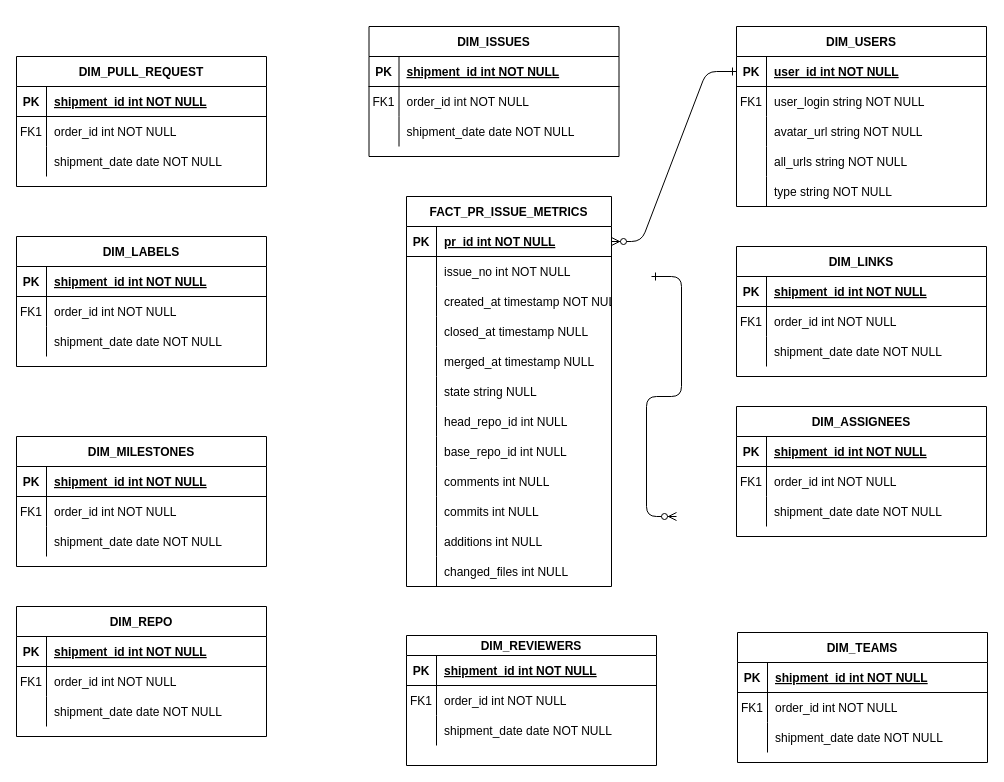
The draw.io diagram GitHub_DataModel.drawio in Britto-Sathya/GitHubDataProject, before the edit. Source tidied: cells renumbered, new cells numbered last; positions are measured from the earlier drawing's top-left corner, leaving out a move shared by most shapes. Both pictures are drawn from the tidied source at 100%, with x=0, y=0 at pixel (16, 26).
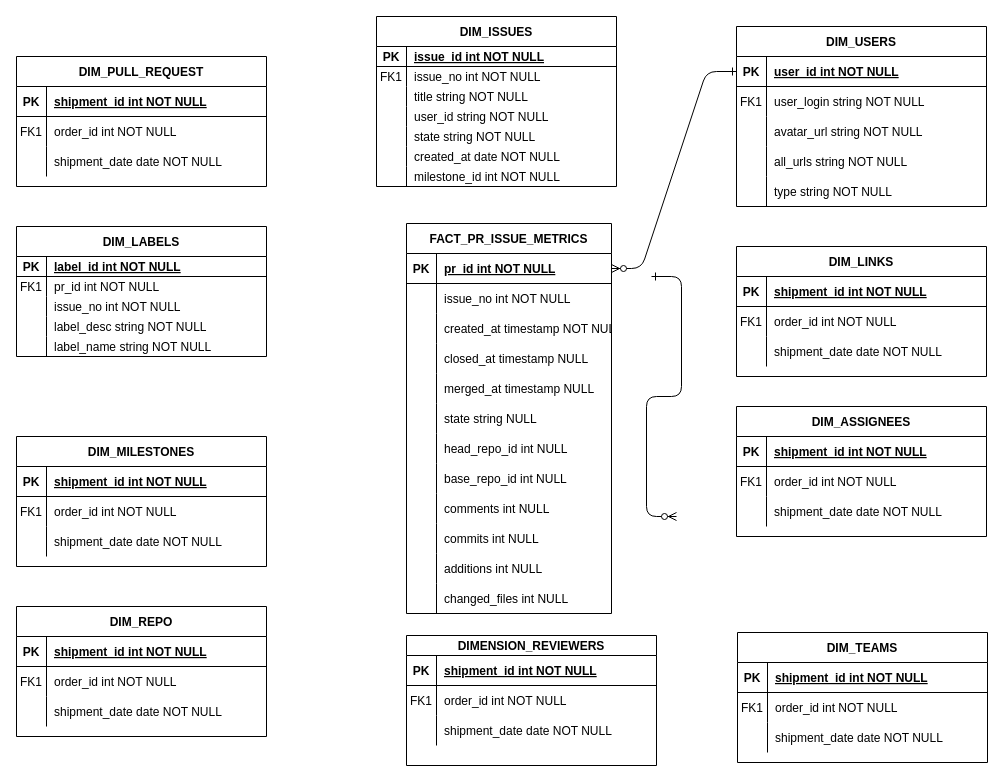
Above is the later version.

Diff of the diagram source:
```diff
@@
-    <mxCell id="20" value="DIM_LABELS" style="shape=table;startSize=30;childLayout=tableLayout;rowLines=0;fontStyle=1;align=center;" parent="1" vertex="1">
-      <mxGeometry y="210" width="250" height="130" as="geometry" />
-    </mxCell>
-    <mxCell id="21" style="shape=partialRectangle;fillColor=none;top=0;left=0;right=0;bottom=1;" parent="20" vertex="1">
-      <mxGeometry y="30" width="250" height="30" as="geometry" />
-    </mxCell>
-    <mxCell id="22" value="PK" style="shape=partialRectangle;overflow=hidden;fillColor=none;top=0;left=0;bottom=0;right=0;fontStyle=1;" parent="21" vertex="1">
-      <mxGeometry width="30" height="30" as="geometry" />
-    </mxCell>
-    <mxCell id="23" value="shipment_id int NOT NULL " style="shape=partialRectangle;overflow=hidden;fillColor=none;top=0;left=0;bottom=0;right=0;align=left;spacingLeft=6;fontStyle=5;" parent="21" vertex="1">
-      <mxGeometry x="30" width="220" height="30" as="geometry" />
-    </mxCell>
-    <mxCell id="24" style="shape=partialRectangle;fillColor=none;top=0;left=0;right=0;bottom=0;" parent="20" vertex="1">
-      <mxGeometry y="60" width="250" height="30" as="geometry" />
-    </mxCell>
-    <mxCell id="25" value="FK1" style="shape=partialRectangle;overflow=hidden;fillColor=none;top=0;left=0;bottom=0;right=0;" parent="24" vertex="1">
-      <mxGeometry width="30" height="30" as="geometry" />
-    </mxCell>
-    <mxCell id="26" value="order_id int NOT NULL" style="shape=partialRectangle;overflow=hidden;fillColor=none;top=0;left=0;bottom=0;right=0;align=left;spacingLeft=6;" parent="24" vertex="1">
-      <mxGeometry x="30" width="220" height="30" as="geometry" />
-    </mxCell>
-    <mxCell id="27" style="shape=partialRectangle;fillColor=none;top=0;left=0;right=0;bottom=0;" parent="20" vertex="1">
-      <mxGeometry y="90" width="250" height="30" as="geometry" />
-    </mxCell>
-    <mxCell id="28" style="shape=partialRectangle;overflow=hidden;fillColor=none;top=0;left=0;bottom=0;right=0;" parent="27" vertex="1">
-      <mxGeometry width="30" height="30" as="geometry" />
-    </mxCell>
-    <mxCell id="29" value="shipment_date date NOT NULL" style="shape=partialRectangle;overflow=hidden;fillColor=none;top=0;left=0;bottom=0;right=0;align=left;spacingLeft=6;" parent="27" vertex="1">
-      <mxGeometry x="30" width="220" height="30" as="geometry" />
-    </mxCell>
@@
-    <mxCell id="70" value="DIM_REVIEWERS" style="shape=table;startSize=20;childLayout=tableLayout;rowLines=0;fontStyle=1;align=center;" parent="1" vertex="1">
+    <mxCell id="70" value="DIMENSION_REVIEWERS" style="shape=table;startSize=20;childLayout=tableLayout;rowLines=0;fontStyle=1;align=center;" parent="1" vertex="1">
       <mxGeometry x="390" y="609" width="250" height="130" as="geometry" />
     </mxCell>
@@
     <mxCell id="100" value="DIM_ISSUES" style="shape=table;startSize=30;childLayout=tableLayout;rowLines=0;fontStyle=1;align=center;" parent="1" vertex="1">
-      <mxGeometry x="352.5" width="250" height="130" as="geometry" />
+      <mxGeometry x="360" y="-10" width="240" height="170" as="geometry" />
     </mxCell>
     <mxCell id="101" style="shape=partialRectangle;fillColor=none;top=0;left=0;right=0;bottom=1;" parent="100" vertex="1">
-      <mxGeometry y="30" width="250" height="30" as="geometry" />
+      <mxGeometry y="30" width="240" height="20" as="geometry" />
     </mxCell>
     <mxCell id="102" value="PK" style="shape=partialRectangle;overflow=hidden;fillColor=none;top=0;left=0;bottom=0;right=0;fontStyle=1;" parent="101" vertex="1">
-      <mxGeometry width="30" height="30" as="geometry" />
+      <mxGeometry width="30" height="20" as="geometry" />
     </mxCell>
-    <mxCell id="103" value="shipment_id int NOT NULL " style="shape=partialRectangle;overflow=hidden;fillColor=none;top=0;left=0;bottom=0;right=0;align=left;spacingLeft=6;fontStyle=5;" parent="101" vertex="1">
-      <mxGeometry x="30" width="220" height="30" as="geometry" />
+    <mxCell id="103" value="issue_id int NOT NULL " style="shape=partialRectangle;overflow=hidden;fillColor=none;top=0;left=0;bottom=0;right=0;align=left;spacingLeft=6;fontStyle=5;" parent="101" vertex="1">
+      <mxGeometry x="30" width="210" height="20" as="geometry" />
     </mxCell>
     <mxCell id="104" style="shape=partialRectangle;fillColor=none;top=0;left=0;right=0;bottom=0;" parent="100" vertex="1">
-      <mxGeometry y="60" width="250" height="30" as="geometry" />
+      <mxGeometry y="50" width="240" height="20" as="geometry" />
     </mxCell>
     <mxCell id="105" value="FK1" style="shape=partialRectangle;overflow=hidden;fillColor=none;top=0;left=0;bottom=0;right=0;" parent="104" vertex="1">
-      <mxGeometry width="30" height="30" as="geometry" />
+      <mxGeometry width="30" height="20" as="geometry" />
     </mxCell>
-    <mxCell id="106" value="order_id int NOT NULL" style="shape=partialRectangle;overflow=hidden;fillColor=none;top=0;left=0;bottom=0;right=0;align=left;spacingLeft=6;" parent="104" vertex="1">
-      <mxGeometry x="30" width="220" height="30" as="geometry" />
+    <mxCell id="106" value="issue_no int NOT NULL" style="shape=partialRectangle;overflow=hidden;fillColor=none;top=0;left=0;bottom=0;right=0;align=left;spacingLeft=6;" parent="104" vertex="1">
+      <mxGeometry x="30" width="210" height="20" as="geometry" />
     </mxCell>
     <mxCell id="107" style="shape=partialRectangle;fillColor=none;top=0;left=0;right=0;bottom=0;" parent="100" vertex="1">
-      <mxGeometry y="90" width="250" height="30" as="geometry" />
+      <mxGeometry y="70" width="240" height="20" as="geometry" />
     </mxCell>
     <mxCell id="108" style="shape=partialRectangle;overflow=hidden;fillColor=none;top=0;left=0;bottom=0;right=0;" parent="107" vertex="1">
-      <mxGeometry width="30" height="30" as="geometry" />
+      <mxGeometry width="30" height="20" as="geometry" />
     </mxCell>
-    <mxCell id="109" value="shipment_date date NOT NULL" style="shape=partialRectangle;overflow=hidden;fillColor=none;top=0;left=0;bottom=0;right=0;align=left;spacingLeft=6;" parent="107" vertex="1">
-      <mxGeometry x="30" width="220" height="30" as="geometry" />
+    <mxCell id="109" value="title string NOT NULL" style="shape=partialRectangle;overflow=hidden;fillColor=none;top=0;left=0;bottom=0;right=0;align=left;spacingLeft=6;" parent="107" vertex="1">
+      <mxGeometry x="30" width="210" height="20" as="geometry" />
     </mxCell>
+    <mxCell id="147" style="shape=partialRectangle;fillColor=none;top=0;left=0;right=0;bottom=0;" parent="100" vertex="1">
+      <mxGeometry y="90" width="240" height="20" as="geometry" />
+    </mxCell>
+    <mxCell id="148" style="shape=partialRectangle;overflow=hidden;fillColor=none;top=0;left=0;bottom=0;right=0;" parent="147" vertex="1">
+      <mxGeometry width="30" height="20" as="geometry" />
+    </mxCell>
+    <mxCell id="149" value="user_id string NOT NULL" style="shape=partialRectangle;overflow=hidden;fillColor=none;top=0;left=0;bottom=0;right=0;align=left;spacingLeft=6;" parent="147" vertex="1">
+      <mxGeometry x="30" width="210" height="20" as="geometry" />
+    </mxCell>
+    <mxCell id="150" style="shape=partialRectangle;fillColor=none;top=0;left=0;right=0;bottom=0;" parent="100" vertex="1">
+      <mxGeometry y="110" width="240" height="20" as="geometry" />
+    </mxCell>
+    <mxCell id="151" style="shape=partialRectangle;overflow=hidden;fillColor=none;top=0;left=0;bottom=0;right=0;" parent="150" vertex="1">
+      <mxGeometry width="30" height="20" as="geometry" />
+    </mxCell>
+    <mxCell id="152" value="state string NOT NULL" style="shape=partialRectangle;overflow=hidden;fillColor=none;top=0;left=0;bottom=0;right=0;align=left;spacingLeft=6;" parent="150" vertex="1">
+      <mxGeometry x="30" width="210" height="20" as="geometry" />
+    </mxCell>
+    <mxCell id="153" style="shape=partialRectangle;fillColor=none;top=0;left=0;right=0;bottom=0;" parent="100" vertex="1">
+      <mxGeometry y="130" width="240" height="20" as="geometry" />
+    </mxCell>
+    <mxCell id="154" style="shape=partialRectangle;overflow=hidden;fillColor=none;top=0;left=0;bottom=0;right=0;" parent="153" vertex="1">
+      <mxGeometry width="30" height="20" as="geometry" />
+    </mxCell>
+    <mxCell id="155" value="created_at date NOT NULL" style="shape=partialRectangle;overflow=hidden;fillColor=none;top=0;left=0;bottom=0;right=0;align=left;spacingLeft=6;" parent="153" vertex="1">
+      <mxGeometry x="30" width="210" height="20" as="geometry" />
+    </mxCell>
+    <mxCell id="156" style="shape=partialRectangle;fillColor=none;top=0;left=0;right=0;bottom=0;" parent="100" vertex="1">
+      <mxGeometry y="150" width="240" height="20" as="geometry" />
+    </mxCell>
+    <mxCell id="157" style="shape=partialRectangle;overflow=hidden;fillColor=none;top=0;left=0;bottom=0;right=0;" parent="156" vertex="1">
+      <mxGeometry width="30" height="20" as="geometry" />
+    </mxCell>
+    <mxCell id="158" value="milestone_id int NOT NULL" style="shape=partialRectangle;overflow=hidden;fillColor=none;top=0;left=0;bottom=0;right=0;align=left;spacingLeft=6;" parent="156" vertex="1">
+      <mxGeometry x="30" width="210" height="20" as="geometry" />
+    </mxCell>
     <mxCell id="110" value="FACT_PR_ISSUE_METRICS" style="shape=table;startSize=30;childLayout=tableLayout;rowLines=0;fontStyle=1;align=center;" parent="1" vertex="1">
-      <mxGeometry x="390" y="170" width="205" height="390" as="geometry" />
+      <mxGeometry x="390" y="197" width="205" height="390" as="geometry" />
     </mxCell>
@@
+    <mxCell id="20" value="DIM_LABELS" style="shape=table;startSize=30;childLayout=tableLayout;rowLines=0;fontStyle=1;align=center;" parent="1" vertex="1">
+      <mxGeometry y="200" width="250" height="130" as="geometry" />
+    </mxCell>
+    <mxCell id="21" style="shape=partialRectangle;fillColor=none;top=0;left=0;right=0;bottom=1;" parent="20" vertex="1">
+      <mxGeometry y="30" width="250" height="20" as="geometry" />
+    </mxCell>
+    <mxCell id="22" value="PK" style="shape=partialRectangle;overflow=hidden;fillColor=none;top=0;left=0;bottom=0;right=0;fontStyle=1;" parent="21" vertex="1">
+      <mxGeometry width="30" height="20" as="geometry" />
+    </mxCell>
+    <mxCell id="23" value="label_id int NOT NULL " style="shape=partialRectangle;overflow=hidden;fillColor=none;top=0;left=0;bottom=0;right=0;align=left;spacingLeft=6;fontStyle=5;" parent="21" vertex="1">
+      <mxGeometry x="30" width="220" height="20" as="geometry" />
+    </mxCell>
+    <mxCell id="24" style="shape=partialRectangle;fillColor=none;top=0;left=0;right=0;bottom=0;" parent="20" vertex="1">
+      <mxGeometry y="50" width="250" height="20" as="geometry" />
+    </mxCell>
+    <mxCell id="25" value="FK1" style="shape=partialRectangle;overflow=hidden;fillColor=none;top=0;left=0;bottom=0;right=0;" parent="24" vertex="1">
+      <mxGeometry width="30" height="20" as="geometry" />
+    </mxCell>
+    <mxCell id="26" value="pr_id int NOT NULL" style="shape=partialRectangle;overflow=hidden;fillColor=none;top=0;left=0;bottom=0;right=0;align=left;spacingLeft=6;" parent="24" vertex="1">
+      <mxGeometry x="30" width="220" height="20" as="geometry" />
+    </mxCell>
+    <mxCell id="27" style="shape=partialRectangle;fillColor=none;top=0;left=0;right=0;bottom=0;" parent="20" vertex="1">
+      <mxGeometry y="70" width="250" height="20" as="geometry" />
+    </mxCell>
+    <mxCell id="28" style="shape=partialRectangle;overflow=hidden;fillColor=none;top=0;left=0;bottom=0;right=0;" parent="27" vertex="1">
+      <mxGeometry width="30" height="20" as="geometry" />
+    </mxCell>
+    <mxCell id="29" value="issue_no int NOT NULL" style="shape=partialRectangle;overflow=hidden;fillColor=none;top=0;left=0;bottom=0;right=0;align=left;spacingLeft=6;" parent="27" vertex="1">
+      <mxGeometry x="30" width="220" height="20" as="geometry" />
+    </mxCell>
+    <mxCell id="159" style="shape=partialRectangle;fillColor=none;top=0;left=0;right=0;bottom=0;" parent="20" vertex="1">
+      <mxGeometry y="90" width="250" height="20" as="geometry" />
+    </mxCell>
+    <mxCell id="160" style="shape=partialRectangle;overflow=hidden;fillColor=none;top=0;left=0;bottom=0;right=0;" parent="159" vertex="1">
+      <mxGeometry width="30" height="20" as="geometry" />
+    </mxCell>
+    <mxCell id="161" value="label_desc string NOT NULL" style="shape=partialRectangle;overflow=hidden;fillColor=none;top=0;left=0;bottom=0;right=0;align=left;spacingLeft=6;" parent="159" vertex="1">
+      <mxGeometry x="30" width="220" height="20" as="geometry" />
+    </mxCell>
+    <mxCell id="162" style="shape=partialRectangle;fillColor=none;top=0;left=0;right=0;bottom=0;" parent="20" vertex="1">
+      <mxGeometry y="110" width="250" height="20" as="geometry" />
+    </mxCell>
+    <mxCell id="163" style="shape=partialRectangle;overflow=hidden;fillColor=none;top=0;left=0;bottom=0;right=0;" parent="162" vertex="1">
+      <mxGeometry width="30" height="20" as="geometry" />
+    </mxCell>
+    <mxCell id="164" value="label_name string NOT NULL" style="shape=partialRectangle;overflow=hidden;fillColor=none;top=0;left=0;bottom=0;right=0;align=left;spacingLeft=6;" parent="162" vertex="1">
+      <mxGeometry x="30" width="220" height="20" as="geometry" />
+    </mxCell>
```
